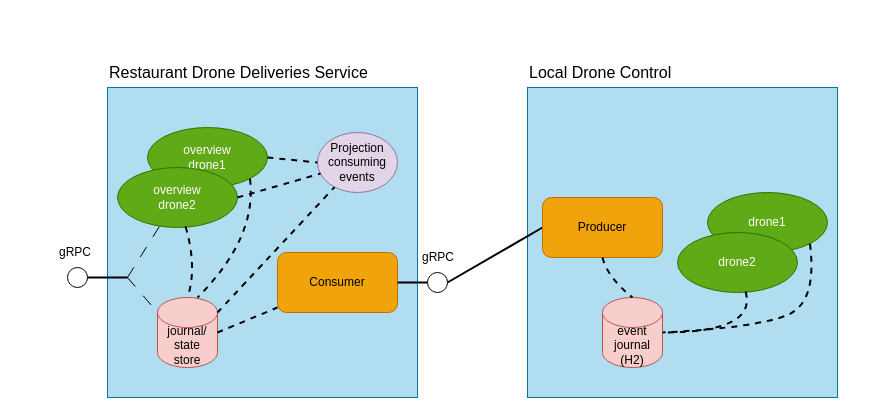
Above: akka-edge-docs/src/main/paradox/images/guide-section-2.drawio in akka/akka-projection (draw.io), before the change. Source tidied: cells renumbered, new cells numbered last; positions are measured from the earlier drawing's top-left corner, leaving out a move shared by most shapes. Both pictures are drawn from the tidied source at 100%, with x=0, y=0 at pixel (57, 57).
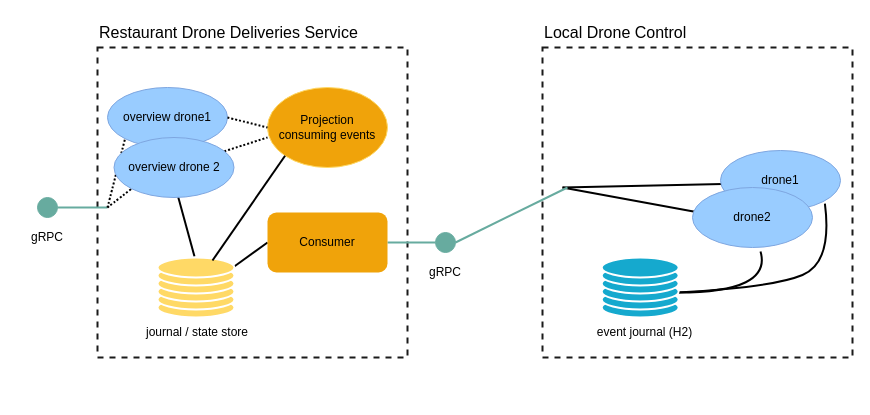
The same page after the edit.

The edit, as a diff of the source:
```diff
@@
-    <mxCell id="2" style="whiteSpace=wrap;html=1;fillColor=#b1ddf0;strokeColor=#10739e;" parent="1" vertex="1">
-      <mxGeometry x="470" y="30" width="310" height="310" as="geometry" />
-    </mxCell>
-    <mxCell id="3" value="event&lt;br&gt;journal (H2)" style="shape=cylinder3;whiteSpace=wrap;html=1;boundedLbl=1;backgroundOutline=1;size=15;fillColor=#f8cecc;strokeColor=#b85450;" parent="1" vertex="1">
-      <mxGeometry x="545" y="240" width="60" height="70" as="geometry" />
-    </mxCell>
+    <mxCell id="33" style="whiteSpace=wrap;html=1;fillColor=#FFFFFF;strokeColor=#1A1A1A;strokeWidth=2;dashed=1;" parent="1" vertex="1">
+      <mxGeometry x="40" y="-10" width="310" height="310" as="geometry" />
+    </mxCell>
+    <mxCell id="34" style="endArrow=none;html=1;rounded=0;strokeWidth=2;endFill=0;exitX=1;exitY=0.5;exitDx=0;exitDy=0;entryX=0;entryY=0.5;entryDx=0;entryDy=0;strokeColor=#67AB9F;" parent="1" edge="1" source="13" target="35">
+      <mxGeometry relative="1" as="geometry" />
+    </mxCell>
+    <mxCell id="35" style="ellipse;whiteSpace=wrap;html=1;strokeColor=#67AB9F;fillColor=#67AB9F;" parent="1" vertex="1">
+      <mxGeometry x="378" y="175" width="20" height="20" as="geometry" />
+    </mxCell>
+    <mxCell id="36" value="gRPC" style="text;html=1;strokeColor=none;fillColor=none;align=center;verticalAlign=middle;whiteSpace=wrap;rounded=0;" parent="1" vertex="1">
+      <mxGeometry x="358" y="200" width="60" height="30" as="geometry" />
+    </mxCell>
+    <mxCell id="37" style="endArrow=none;html=1;rounded=0;exitX=0;exitY=0.5;exitDx=0;exitDy=0;strokeWidth=2;endFill=0;" parent="1" edge="1" source="13">
+      <mxGeometry relative="1" as="geometry">
+        <mxPoint x="175" y="210.2" as="targetPoint" />
+      </mxGeometry>
+    </mxCell>
+    <mxCell id="38" style="endArrow=none;html=1;rounded=0;strokeWidth=2;endFill=0;exitX=0.367;exitY=-0.014;exitDx=0;exitDy=0;exitPerimeter=0;" parent="1" edge="1">
+      <mxGeometry relative="1" as="geometry">
+        <mxPoint x="137" y="199" as="sourcePoint" />
+        <mxPoint x="120.7" y="139.4" as="targetPoint" />
+      </mxGeometry>
+    </mxCell>
+    <mxCell id="22" value="Restaurant Drone Deliveries Service" style="text;html=1;strokeColor=none;fillColor=none;align=left;verticalAlign=middle;whiteSpace=wrap;rounded=0;fontSize=16;" parent="1" vertex="1">
+      <mxGeometry x="40" y="-40" width="290" height="30" as="geometry" />
+    </mxCell>
+    <mxCell id="39" value="journal / state store" style="text;html=1;strokeColor=none;fillColor=none;align=center;verticalAlign=middle;whiteSpace=wrap;rounded=0;" parent="1" vertex="1">
+      <mxGeometry x="80" y="260" width="120" height="30" as="geometry" />
+    </mxCell>
+    <mxCell id="13" value="Consumer" style="rounded=1;whiteSpace=wrap;html=1;fillColor=#f0a30a;fontColor=#000000;strokeColor=none;" parent="1" vertex="1">
+      <mxGeometry x="210" y="155" width="120" height="60" as="geometry" />
+    </mxCell>
+    <mxCell id="21" value="Projection &lt;br&gt;consuming events" style="ellipse;whiteSpace=wrap;html=1;fillColor=#f0a30a;strokeColor=#FFD966;fontColor=#000000;" parent="1" vertex="1">
+      <mxGeometry x="210" y="30" width="120" height="80" as="geometry" />
+    </mxCell>
+    <mxCell id="40" style="group;" parent="1" vertex="1">
+      <mxGeometry x="100" y="200" width="77" height="60" as="geometry" />
+    </mxCell>
+    <mxCell id="41" style="ellipse;whiteSpace=wrap;html=1;fillColor=#FFD966;strokeColor=#FFFFFF;strokeWidth=2;" parent="40" vertex="1">
+      <mxGeometry y="40" width="77" height="20" as="geometry" />
+    </mxCell>
+    <mxCell id="42" style="ellipse;whiteSpace=wrap;html=1;fillColor=#FFD966;strokeColor=#FFFFFF;strokeWidth=2;" parent="40" vertex="1">
+      <mxGeometry y="32" width="77" height="20" as="geometry" />
+    </mxCell>
+    <mxCell id="43" style="ellipse;whiteSpace=wrap;html=1;fillColor=#FFD966;strokeColor=#FFFFFF;strokeWidth=2;" parent="40" vertex="1">
+      <mxGeometry y="24" width="77" height="20" as="geometry" />
+    </mxCell>
+    <mxCell id="44" style="ellipse;whiteSpace=wrap;html=1;fillColor=#FFD966;strokeColor=#FFFFFF;strokeWidth=2;" parent="40" vertex="1">
+      <mxGeometry y="16" width="77" height="20" as="geometry" />
+    </mxCell>
+    <mxCell id="45" style="ellipse;whiteSpace=wrap;html=1;fillColor=#FFD966;strokeColor=#FFFFFF;strokeWidth=2;" parent="40" vertex="1">
+      <mxGeometry y="8" width="77" height="20" as="geometry" />
+    </mxCell>
+    <mxCell id="46" style="ellipse;whiteSpace=wrap;html=1;fillColor=#FFD966;strokeColor=#FFFFFF;strokeWidth=2;" parent="40" vertex="1">
+      <mxGeometry width="77" height="20" as="geometry" />
+    </mxCell>
+    <mxCell id="47" style="rounded=0;jettySize=auto;html=1;strokeWidth=2;endArrow=none;endFill=0;exitX=1;exitY=0.5;exitDx=0;exitDy=0;strokeColor=#67AB9F;" parent="1" edge="1" source="48">
+      <mxGeometry relative="1" as="geometry">
+        <mxPoint x="50" y="150" as="targetPoint" />
+      </mxGeometry>
+    </mxCell>
+    <mxCell id="48" style="ellipse;whiteSpace=wrap;html=1;strokeColor=#67AB9F;fillColor=#67AB9F;" parent="1" vertex="1">
+      <mxGeometry x="-20" y="140" width="20" height="20" as="geometry" />
+    </mxCell>
+    <mxCell id="49" value="gRPC" style="text;html=1;strokeColor=none;fillColor=none;align=center;verticalAlign=middle;whiteSpace=wrap;rounded=0;" parent="1" vertex="1">
+      <mxGeometry x="-40" y="165" width="60" height="30" as="geometry" />
+    </mxCell>
+    <mxCell id="14" value="overview drone1" style="ellipse;whiteSpace=wrap;html=1;fillColor=#99CCFF;strokeColor=#7EA6E0;fontColor=#000000;" parent="1" vertex="1">
+      <mxGeometry x="50" y="30" width="120" height="60" as="geometry" />
+    </mxCell>
+    <mxCell id="50" style="endArrow=none;html=1;rounded=0;exitX=0;exitY=1;exitDx=0;exitDy=0;strokeWidth=2;endFill=0;entryX=0.714;entryY=0.15;entryDx=0;entryDy=0;entryPerimeter=0;" parent="1" edge="1" source="21" target="46">
+      <mxGeometry relative="1" as="geometry" />
+    </mxCell>
+    <mxCell id="26" style="endArrow=none;html=1;exitX=1;exitY=0.5;exitDx=0;exitDy=0;strokeWidth=2;endFill=0;curved=1;dashed=1;entryX=0;entryY=0.5;entryDx=0;entryDy=0;dashPattern=1 1;" parent="1" edge="1" source="14" target="21">
+      <mxGeometry relative="1" as="geometry" />
+    </mxCell>
+    <mxCell id="51" style="endArrow=none;html=1;strokeWidth=2;endFill=0;curved=1;dashed=1;dashPattern=1 1;" parent="1" edge="1" source="54">
+      <mxGeometry relative="1" as="geometry">
+        <mxPoint x="210" y="80" as="targetPoint" />
+      </mxGeometry>
+    </mxCell>
+    <mxCell id="52" style="endArrow=none;html=1;strokeWidth=2;endFill=0;curved=1;dashed=1;entryX=0;entryY=1;entryDx=0;entryDy=0;dashPattern=1 1;" parent="1" edge="1" target="14">
+      <mxGeometry relative="1" as="geometry">
+        <mxPoint x="50" y="150" as="sourcePoint" />
+      </mxGeometry>
+    </mxCell>
+    <mxCell id="53" style="endArrow=none;html=1;strokeWidth=2;endFill=0;curved=1;dashed=1;entryX=0;entryY=1;entryDx=0;entryDy=0;dashPattern=1 1;" parent="1" edge="1" target="54">
+      <mxGeometry relative="1" as="geometry">
+        <mxPoint x="50" y="150" as="sourcePoint" />
+      </mxGeometry>
+    </mxCell>
+    <mxCell id="54" value="overview drone 2" style="ellipse;whiteSpace=wrap;html=1;fillColor=#99CCFF;strokeColor=#7EA6E0;fontColor=#000000;" parent="1" vertex="1">
+      <mxGeometry x="56.5" y="80" width="120" height="60" as="geometry" />
+    </mxCell>
+    <mxCell id="55" style="whiteSpace=wrap;html=1;fillColor=#FFFFFF;strokeColor=#1A1A1A;dashed=1;strokeWidth=2;" parent="1" vertex="1">
+      <mxGeometry x="485" y="-10" width="310" height="310" as="geometry" />
+    </mxCell>
+    <mxCell id="56" style="endArrow=none;html=1;exitX=0.567;exitY=0.983;exitDx=0;exitDy=0;exitPerimeter=0;entryX=1;entryY=0.5;entryDx=0;entryDy=0;entryPerimeter=0;strokeWidth=2;endFill=0;jumpStyle=none;strokeColor=default;curved=1;" parent="1" edge="1">
+      <mxGeometry relative="1" as="geometry">
+        <mxPoint x="703" y="194" as="sourcePoint" />
+        <mxPoint x="620" y="235" as="targetPoint" />
+        <Array as="points">
+          <mxPoint x="715" y="235" />
+        </Array>
+      </mxGeometry>
+    </mxCell>
+    <mxCell id="57" style="endArrow=none;html=1;exitX=1;exitY=1;exitDx=0;exitDy=0;strokeWidth=2;endFill=0;curved=1;entryX=1;entryY=0.5;entryDx=0;entryDy=0;entryPerimeter=0;" parent="1" edge="1">
+      <mxGeometry relative="1" as="geometry">
+        <mxPoint x="767.4" y="146.2" as="sourcePoint" />
+        <mxPoint x="620" y="235" as="targetPoint" />
+        <Array as="points">
+          <mxPoint x="775" y="205" />
+          <mxPoint x="715" y="230" />
+        </Array>
+      </mxGeometry>
+    </mxCell>
+    <mxCell id="8" value="Local Drone Control" style="text;html=1;strokeColor=none;fillColor=none;align=left;verticalAlign=middle;whiteSpace=wrap;rounded=0;fontSize=16;" parent="1" vertex="1">
+      <mxGeometry x="485" y="-40" width="200" height="30" as="geometry" />
+    </mxCell>
+    <mxCell id="58" style="endArrow=none;html=1;rounded=0;strokeWidth=2;" parent="1" edge="1">
+      <mxGeometry relative="1" as="geometry">
+        <mxPoint x="505" y="130" as="sourcePoint" />
+        <mxPoint x="665.1" y="126.4" as="targetPoint" />
+      </mxGeometry>
+    </mxCell>
+    <mxCell id="59" style="endArrow=none;html=1;rounded=0;strokeWidth=2;" parent="1" edge="1">
+      <mxGeometry relative="1" as="geometry">
+        <mxPoint x="505" y="130" as="sourcePoint" />
+        <mxPoint x="638.7" y="154.6" as="targetPoint" />
+      </mxGeometry>
+    </mxCell>
-    <mxCell id="4" value="drone1" style="ellipse;whiteSpace=wrap;html=1;fillColor=#60a917;strokeColor=#2D7600;fontColor=#ffffff;" parent="1" vertex="1">
-      <mxGeometry x="650" y="135" width="120" height="60" as="geometry" />
+    <mxCell id="4" value="drone1" style="ellipse;whiteSpace=wrap;html=1;fillColor=#99CCFF;strokeColor=#7EA6E0;fontColor=#000000;" parent="1" vertex="1">
+      <mxGeometry x="663" y="93" width="120" height="60" as="geometry" />
     </mxCell>
-    <mxCell id="5" value="drone2" style="ellipse;whiteSpace=wrap;html=1;fillColor=#60a917;strokeColor=#2D7600;fontColor=#ffffff;" parent="1" vertex="1">
-      <mxGeometry x="620" y="175" width="120" height="60" as="geometry" />
+    <mxCell id="5" value="drone2" style="ellipse;whiteSpace=wrap;html=1;fillColor=#99CCFF;strokeColor=#7EA6E0;fontColor=#000000;" parent="1" vertex="1">
+      <mxGeometry x="635" y="130" width="120" height="60" as="geometry" />
     </mxCell>
-    <mxCell id="6" style="endArrow=none;html=1;exitX=0.567;exitY=0.983;exitDx=0;exitDy=0;exitPerimeter=0;entryX=1;entryY=0.5;entryDx=0;entryDy=0;entryPerimeter=0;strokeWidth=2;endFill=0;jumpStyle=none;strokeColor=default;dashed=1;curved=1;" parent="1" edge="1" source="5" target="3">
-      <mxGeometry relative="1" as="geometry">
-        <Array as="points">
-          <mxPoint x="700" y="275" />
-        </Array>
-      </mxGeometry>
-    </mxCell>
-    <mxCell id="7" style="endArrow=none;html=1;exitX=1;exitY=1;exitDx=0;exitDy=0;strokeWidth=2;endFill=0;dashed=1;curved=1;entryX=1;entryY=0.5;entryDx=0;entryDy=0;entryPerimeter=0;" parent="1" edge="1" source="4" target="3">
-      <mxGeometry relative="1" as="geometry">
-        <Array as="points">
-          <mxPoint x="760" y="245" />
-          <mxPoint x="700" y="270" />
-        </Array>
-      </mxGeometry>
-    </mxCell>
-    <mxCell id="8" value="Local Drone Control" style="text;html=1;strokeColor=none;fillColor=none;align=left;verticalAlign=middle;whiteSpace=wrap;rounded=0;fontSize=16;" parent="1" vertex="1">
-      <mxGeometry x="470" width="200" height="30" as="geometry" />
-    </mxCell>
-    <mxCell id="9" style="ellipse;whiteSpace=wrap;html=1;" parent="1" vertex="1">
-      <mxGeometry x="370" y="215" width="20" height="20" as="geometry" />
-    </mxCell>
-    <mxCell id="10" value="gRPC" style="text;html=1;strokeColor=none;fillColor=none;align=left;verticalAlign=middle;whiteSpace=wrap;rounded=0;fontSize=12;" parent="1" vertex="1">
-      <mxGeometry x="363" y="185" width="50" height="30" as="geometry" />
-    </mxCell>
-    <mxCell id="11" style="whiteSpace=wrap;html=1;fillColor=#b1ddf0;strokeColor=#10739e;" parent="1" vertex="1">
-      <mxGeometry x="50" y="30" width="310" height="310" as="geometry" />
-    </mxCell>
-    <mxCell id="12" value="journal/&lt;br&gt;state &lt;br&gt;store" style="shape=cylinder3;whiteSpace=wrap;html=1;boundedLbl=1;backgroundOutline=1;size=15;fillColor=#f8cecc;strokeColor=#b85450;" parent="1" vertex="1">
-      <mxGeometry x="100" y="240" width="60" height="70" as="geometry" />
-    </mxCell>
-    <mxCell id="13" value="Consumer" style="rounded=1;whiteSpace=wrap;html=1;fillColor=#f0a30a;fontColor=#000000;strokeColor=#BD7000;" parent="1" vertex="1">
-      <mxGeometry x="220" y="195" width="120" height="60" as="geometry" />
-    </mxCell>
-    <mxCell id="14" value="overview &lt;br&gt;drone1" style="ellipse;whiteSpace=wrap;html=1;fillColor=#60a917;strokeColor=#2D7600;fontColor=#ffffff;" parent="1" vertex="1">
-      <mxGeometry x="90" y="70" width="120" height="60" as="geometry" />
-    </mxCell>
-    <mxCell id="15" value="overview &lt;br&gt;drone2" style="ellipse;whiteSpace=wrap;html=1;fillColor=#60a917;strokeColor=#2D7600;fontColor=#ffffff;" parent="1" vertex="1">
-      <mxGeometry x="60" y="110" width="120" height="60" as="geometry" />
-    </mxCell>
-    <mxCell id="16" style="endArrow=none;html=1;exitX=0.567;exitY=0.983;exitDx=0;exitDy=0;exitPerimeter=0;entryX=0.5;entryY=0;entryDx=0;entryDy=0;entryPerimeter=0;strokeWidth=2;endFill=0;jumpStyle=none;strokeColor=default;dashed=1;curved=1;" parent="1" edge="1" source="15" target="12">
-      <mxGeometry relative="1" as="geometry">
-        <Array as="points">
-          <mxPoint x="140" y="210" />
-        </Array>
-      </mxGeometry>
-    </mxCell>
-    <mxCell id="17" style="endArrow=none;html=1;exitX=1;exitY=1;exitDx=0;exitDy=0;strokeWidth=2;endFill=0;dashed=1;curved=1;" parent="1" edge="1" source="14">
-      <mxGeometry relative="1" as="geometry">
-        <mxPoint x="140" y="240" as="targetPoint" />
-        <Array as="points">
-          <mxPoint x="200" y="180" />
-        </Array>
-      </mxGeometry>
-    </mxCell>
-    <mxCell id="18" style="endArrow=none;html=1;exitX=1;exitY=0.5;exitDx=0;exitDy=0;strokeWidth=2;endFill=0;exitPerimeter=0;curved=1;dashed=1;" parent="1" edge="1" source="12" target="13">
-      <mxGeometry relative="1" as="geometry" />
-    </mxCell>
-    <mxCell id="19" style="endArrow=none;html=1;rounded=0;strokeWidth=2;endFill=0;entryX=0;entryY=0.5;entryDx=0;entryDy=0;exitX=1;exitY=0.5;exitDx=0;exitDy=0;" parent="1" edge="1" source="13" target="9">
-      <mxGeometry relative="1" as="geometry" />
-    </mxCell>
-    <mxCell id="20" style="endArrow=none;html=1;rounded=0;entryX=0;entryY=0.5;entryDx=0;entryDy=0;exitX=1;exitY=0.5;exitDx=0;exitDy=0;strokeWidth=2;" parent="1" edge="1" source="9" target="23">
-      <mxGeometry relative="1" as="geometry" />
-    </mxCell>
-    <mxCell id="21" value="Projection &lt;br&gt;consuming events" style="ellipse;whiteSpace=wrap;html=1;fillColor=#e1d5e7;strokeColor=#9673a6;" parent="1" vertex="1">
-      <mxGeometry x="260" y="75" width="80" height="60" as="geometry" />
-    </mxCell>
-    <mxCell id="22" value="Restaurant Drone Deliveries Service" style="text;html=1;strokeColor=none;fillColor=none;align=left;verticalAlign=middle;whiteSpace=wrap;rounded=0;fontSize=16;" parent="1" vertex="1">
-      <mxGeometry x="50" width="290" height="30" as="geometry" />
-    </mxCell>
-    <mxCell id="23" value="Producer" style="rounded=1;whiteSpace=wrap;html=1;fillColor=#f0a30a;fontColor=#000000;strokeColor=#BD7000;" parent="1" vertex="1">
-      <mxGeometry x="485" y="140" width="120" height="60" as="geometry" />
-    </mxCell>
-    <mxCell id="24" style="endArrow=none;html=1;strokeWidth=2;endFill=0;dashed=1;curved=1;entryX=0.5;entryY=0;entryDx=0;entryDy=0;entryPerimeter=0;exitX=0.5;exitY=1;exitDx=0;exitDy=0;" parent="1" edge="1" source="23" target="3">
-      <mxGeometry relative="1" as="geometry">
-        <Array as="points">
-          <mxPoint x="550" y="220" />
-        </Array>
-      </mxGeometry>
-    </mxCell>
-    <mxCell id="25" style="endArrow=none;html=1;exitX=1;exitY=0;exitDx=0;exitDy=15;strokeWidth=2;endFill=0;exitPerimeter=0;curved=1;dashed=1;" parent="1" edge="1" source="12" target="21">
-      <mxGeometry relative="1" as="geometry" />
-    </mxCell>
-    <mxCell id="26" style="endArrow=none;html=1;exitX=1;exitY=0.5;exitDx=0;exitDy=0;strokeWidth=2;endFill=0;curved=1;dashed=1;entryX=0;entryY=0.5;entryDx=0;entryDy=0;" parent="1" edge="1" source="14" target="21">
-      <mxGeometry relative="1" as="geometry" />
-    </mxCell>
-    <mxCell id="27" style="endArrow=none;html=1;exitX=1;exitY=0.5;exitDx=0;exitDy=0;strokeWidth=2;endFill=0;curved=1;dashed=1;entryX=0.038;entryY=0.684;entryDx=0;entryDy=0;entryPerimeter=0;" parent="1" edge="1" source="15" target="21">
-      <mxGeometry relative="1" as="geometry" />
-    </mxCell>
-    <mxCell id="28" style="ellipse;whiteSpace=wrap;html=1;" parent="1" vertex="1">
-      <mxGeometry x="10" y="210" width="20" height="20" as="geometry" />
-    </mxCell>
-    <mxCell id="29" style="endArrow=none;html=1;rounded=0;strokeWidth=2;endFill=0;exitX=0.065;exitY=0.613;exitDx=0;exitDy=0;exitPerimeter=0;entryX=1;entryY=0.5;entryDx=0;entryDy=0;" parent="1" edge="1" source="11" target="28">
-      <mxGeometry relative="1" as="geometry" />
-    </mxCell>
-    <mxCell id="30" style="endArrow=none;html=1;rounded=0;dashed=1;dashPattern=12 12;entryX=0;entryY=0;entryDx=0;entryDy=15;entryPerimeter=0;" parent="1" edge="1" target="12">
-      <mxGeometry relative="1" as="geometry">
-        <mxPoint x="70" y="220" as="sourcePoint" />
-      </mxGeometry>
-    </mxCell>
-    <mxCell id="31" style="endArrow=none;html=1;rounded=0;dashed=1;dashPattern=12 12;" parent="1" edge="1" target="15">
-      <mxGeometry relative="1" as="geometry">
-        <mxPoint x="70" y="220" as="sourcePoint" />
-      </mxGeometry>
-    </mxCell>
-    <mxCell id="32" value="gRPC" style="text;html=1;strokeColor=none;fillColor=none;align=left;verticalAlign=middle;whiteSpace=wrap;rounded=0;fontSize=12;" parent="1" vertex="1">
-      <mxGeometry y="180" width="50" height="30" as="geometry" />
-    </mxCell>
+    <mxCell id="60" style="group;" parent="1" vertex="1">
+      <mxGeometry x="544.2" y="200" width="77" height="60" as="geometry" />
+    </mxCell>
+    <mxCell id="61" style="ellipse;whiteSpace=wrap;html=1;fillColor=#15a9ce;strokeColor=#FFFFFF;strokeWidth=2;" parent="60" vertex="1">
+      <mxGeometry y="40" width="77" height="20" as="geometry" />
+    </mxCell>
+    <mxCell id="62" style="ellipse;whiteSpace=wrap;html=1;fillColor=#15a9ce;strokeColor=#FFFFFF;strokeWidth=2;" parent="60" vertex="1">
+      <mxGeometry y="32" width="77" height="20" as="geometry" />
+    </mxCell>
+    <mxCell id="63" style="ellipse;whiteSpace=wrap;html=1;fillColor=#15a9ce;strokeColor=#FFFFFF;strokeWidth=2;" parent="60" vertex="1">
+      <mxGeometry y="24" width="77" height="20" as="geometry" />
+    </mxCell>
+    <mxCell id="64" style="ellipse;whiteSpace=wrap;html=1;fillColor=#15a9ce;strokeColor=#FFFFFF;strokeWidth=2;" parent="60" vertex="1">
+      <mxGeometry y="16" width="77" height="20" as="geometry" />
+    </mxCell>
+    <mxCell id="65" style="ellipse;whiteSpace=wrap;html=1;fillColor=#15a9ce;strokeColor=#FFFFFF;strokeWidth=2;" parent="60" vertex="1">
+      <mxGeometry y="8" width="77" height="20" as="geometry" />
+    </mxCell>
+    <mxCell id="66" style="ellipse;whiteSpace=wrap;html=1;fillColor=#15a9ce;strokeColor=#FFFFFF;strokeWidth=2;" parent="60" vertex="1">
+      <mxGeometry width="77" height="20" as="geometry" />
+    </mxCell>
+    <mxCell id="3" value="event journal (H2)" style="text;html=1;strokeColor=none;fillColor=none;align=center;verticalAlign=middle;whiteSpace=wrap;rounded=0;" parent="1" vertex="1">
+      <mxGeometry x="535" y="260" width="105" height="30" as="geometry" />
+    </mxCell>
+    <mxCell id="67" style="rounded=0;jettySize=auto;html=1;strokeWidth=2;endArrow=none;endFill=0;exitX=1;exitY=0.5;exitDx=0;exitDy=0;strokeColor=#67AB9F;" parent="1" edge="1" source="35">
+      <mxGeometry relative="1" as="geometry">
+        <mxPoint x="510" y="130" as="targetPoint" />
+      </mxGeometry>
+    </mxCell>
```
